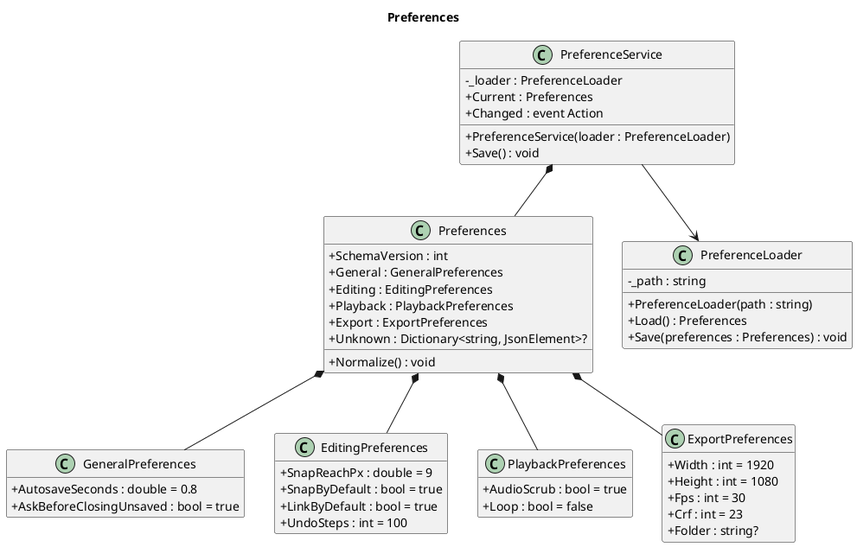
Before: uml/persistence/preferences-schema.png, a diagram exported from PlantUML (Die-Banane/Fig).
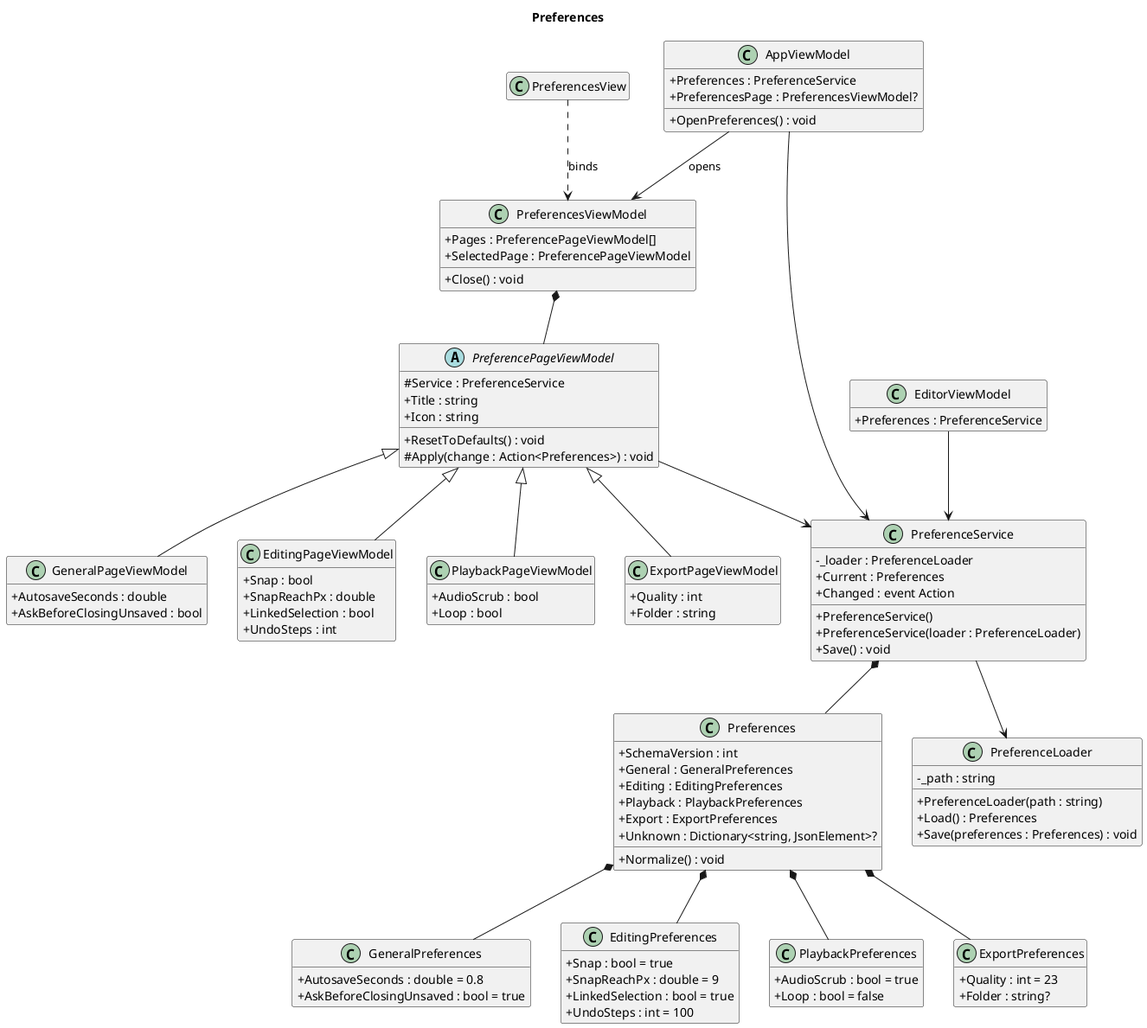
After the change.

Change to the diagram source:
```diff
@@ -19,9 +19,9 @@
 }
 
 class EditingPreferences {
+  + Snap : bool = true
   + SnapReachPx : double = 9
-  + SnapByDefault : bool = true
-  + LinkByDefault : bool = true
+  + LinkedSelection : bool = true
   + UndoSteps : int = 100
 }
 
@@ -31,10 +31,7 @@
 }
 
 class ExportPreferences {
-  + Width : int = 1920
-  + Height : int = 1080
-  + Fps : int = 30
-  + Crf : int = 23
+  + Quality : int = 23
   + Folder : string?
 }
 
@@ -42,8 +39,55 @@
   - _loader : PreferenceLoader
   + Current : Preferences
   + Changed : event Action
+  + PreferenceService()
   + PreferenceService(loader : PreferenceLoader)
   + Save() : void
+}
+
+class PreferencesViewModel {
+  + Pages : PreferencePageViewModel[]
+  + SelectedPage : PreferencePageViewModel
+  + Close() : void
+}
+
+abstract class PreferencePageViewModel {
+  # Service : PreferenceService
+  + Title : string
+  + Icon : string
+  + ResetToDefaults() : void
+  # Apply(change : Action<Preferences>) : void
+}
+
+class GeneralPageViewModel {
+  + AutosaveSeconds : double
+  + AskBeforeClosingUnsaved : bool
+}
+
+class EditingPageViewModel {
+  + Snap : bool
+  + SnapReachPx : double
+  + LinkedSelection : bool
+  + UndoSteps : int
+}
+
+class PlaybackPageViewModel {
+  + AudioScrub : bool
+  + Loop : bool
+}
+
+class ExportPageViewModel {
+  + Quality : int
+  + Folder : string
+}
+
+class PreferencesView
+class AppViewModel {
+  + Preferences : PreferenceService
+  + PreferencesPage : PreferencesViewModel?
+  + OpenPreferences() : void
+}
+class EditorViewModel {
+  + Preferences : PreferenceService
 }
 
 class PreferenceLoader {
@@ -59,4 +103,14 @@
 Preferences *-- ExportPreferences
 PreferenceService *-- Preferences
 PreferenceService --> PreferenceLoader
+PreferencesViewModel *-- PreferencePageViewModel
+PreferencePageViewModel <|-- GeneralPageViewModel
+PreferencePageViewModel <|-- EditingPageViewModel
+PreferencePageViewModel <|-- PlaybackPageViewModel
+PreferencePageViewModel <|-- ExportPageViewModel
+PreferencePageViewModel --> PreferenceService
+PreferencesView ..> PreferencesViewModel : binds
+AppViewModel --> PreferenceService
+AppViewModel --> PreferencesViewModel : opens
+EditorViewModel --> PreferenceService
 @enduml
```
